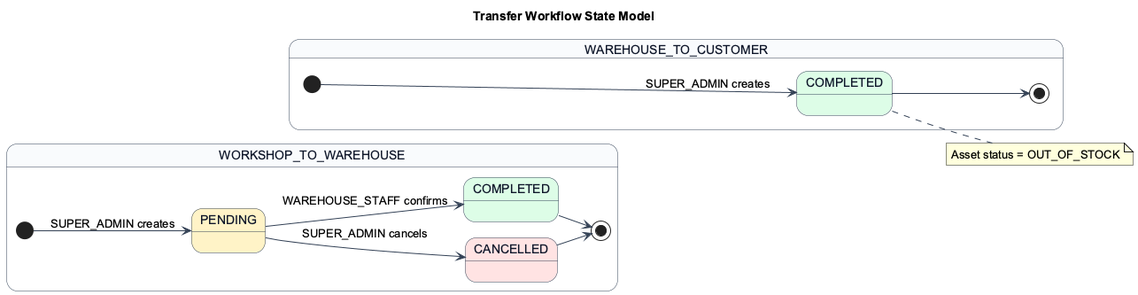
Before: docs/images/diagrams/transfer-workflow-state-model.png, a diagram exported from PlantUML (Tuoi-SE/rfid-app).
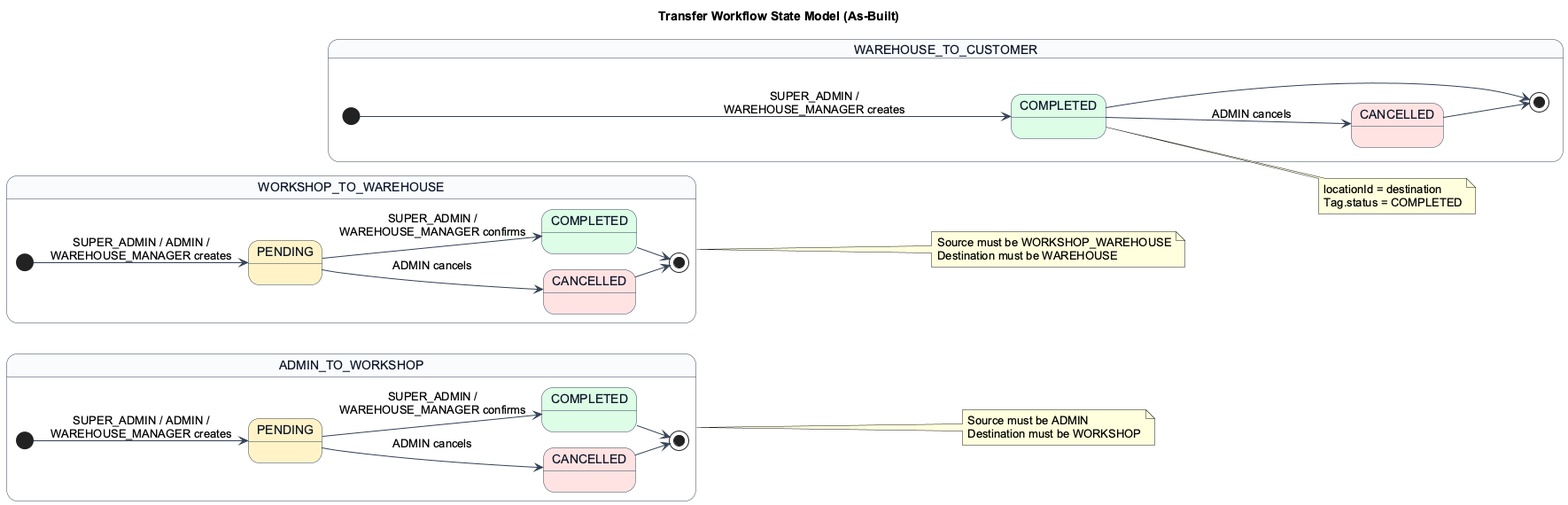
After the change.

What changed in the source:
```diff
@@ -1,5 +1,5 @@
 @startuml
-title Transfer Workflow State Model
+title Transfer Workflow State Model (As-Built)
 left to right direction
 
 skinparam shadowing false
@@ -12,27 +12,53 @@
   FontColor #0F172A
 }
 
+state "ADMIN_TO_WORKSHOP" as ADMIN_TO_WORKSHOP {
+  state "PENDING" as A2W_PENDING #FEF3C7
+  state "COMPLETED" as A2W_COMPLETED #DCFCE7
+  state "CANCELLED" as A2W_CANCELLED #FEE2E2
+
+  [*] --> A2W_PENDING : SUPER_ADMIN / ADMIN /\nWAREHOUSE_MANAGER creates
+  A2W_PENDING --> A2W_COMPLETED : SUPER_ADMIN /\nWAREHOUSE_MANAGER confirms
+  A2W_PENDING --> A2W_CANCELLED : ADMIN cancels
+  A2W_COMPLETED --> [*]
+  A2W_CANCELLED --> [*]
+}
+
 state "WORKSHOP_TO_WAREHOUSE" as WORKSHOP_TO_WAREHOUSE {
   state "PENDING" as W2W_PENDING #FEF3C7
   state "COMPLETED" as W2W_COMPLETED #DCFCE7
   state "CANCELLED" as W2W_CANCELLED #FEE2E2
 
-  [*] --> W2W_PENDING : SUPER_ADMIN creates
-  W2W_PENDING --> W2W_COMPLETED : WAREHOUSE_STAFF confirms
-  W2W_PENDING --> W2W_CANCELLED : SUPER_ADMIN cancels
+  [*] --> W2W_PENDING : SUPER_ADMIN / ADMIN /\nWAREHOUSE_MANAGER creates
+  W2W_PENDING --> W2W_COMPLETED : SUPER_ADMIN /\nWAREHOUSE_MANAGER confirms
+  W2W_PENDING --> W2W_CANCELLED : ADMIN cancels
   W2W_COMPLETED --> [*]
   W2W_CANCELLED --> [*]
 }
 
 state "WAREHOUSE_TO_CUSTOMER" as WAREHOUSE_TO_CUSTOMER {
   state "COMPLETED" as W2C_COMPLETED #DCFCE7
+  state "CANCELLED" as W2C_CANCELLED #FEE2E2
 
-  [*] --> W2C_COMPLETED : SUPER_ADMIN creates
+  [*] --> W2C_COMPLETED : SUPER_ADMIN /\nWAREHOUSE_MANAGER creates
+  W2C_COMPLETED --> W2C_CANCELLED : ADMIN cancels
   W2C_COMPLETED --> [*]
+  W2C_CANCELLED --> [*]
 }
 
+note right of ADMIN_TO_WORKSHOP
+Source must be ADMIN
+Destination must be WORKSHOP
+end note
+
+note right of WORKSHOP_TO_WAREHOUSE
+Source must be WORKSHOP_WAREHOUSE
+Destination must be WAREHOUSE
+end note
+
 note right of W2C_COMPLETED
-Asset status = OUT_OF_STOCK
+locationId = destination
+Tag.status = COMPLETED
 end note
 
 @enduml
```
